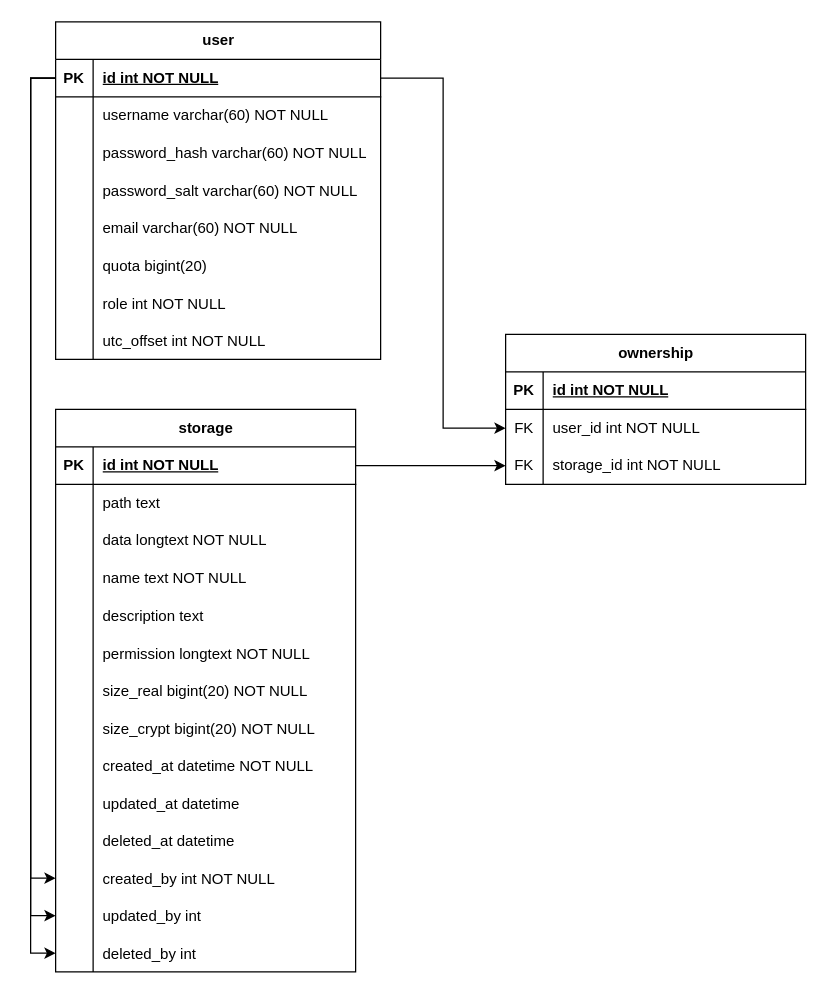
Earlier version of the draw.io diagram Database Schema.drawio (Veteranfighter/daba-file-manager). Source tidied: cells renumbered, new cells numbered last; positions are measured from the earlier drawing's top-left corner, leaving out a move shared by most shapes. Both pictures are drawn from the tidied source at 125%, with x=0, y=0 at pixel (30, 21).
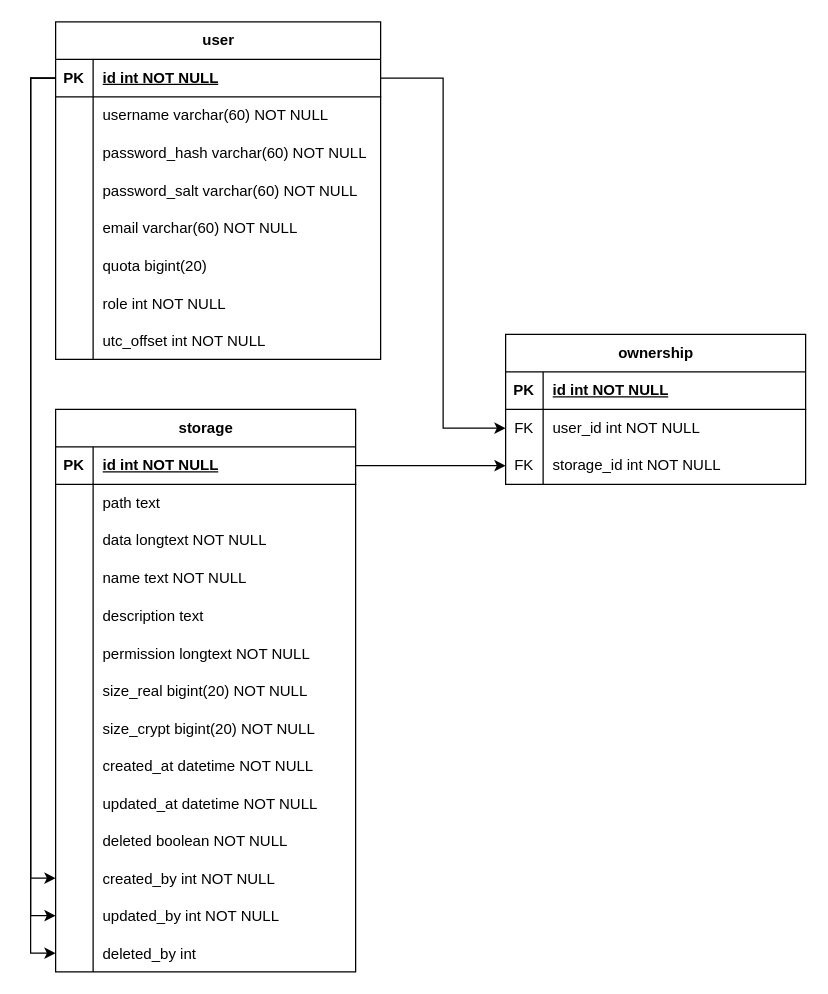
After the change.

The change refers to these unchanged cells:
```xml
<mxCell id="55" style="shape=tableRow;horizontal=0;startSize=0;swimlaneHead=0;swimlaneBody=0;fillColor=none;top=0;left=0;right=0;bottom=0;" parent="27" vertex="1">
  <mxGeometry y="300" width="240" height="30" as="geometry" />
</mxCell>
<mxCell id="58" style="shape=tableRow;horizontal=0;startSize=0;swimlaneHead=0;swimlaneBody=0;fillColor=none;top=0;left=0;right=0;bottom=0;" parent="27" vertex="1">
  <mxGeometry y="330" width="240" height="30" as="geometry" />
</mxCell>
<mxCell id="64" style="shape=tableRow;horizontal=0;startSize=0;swimlaneHead=0;swimlaneBody=0;fillColor=none;points=[[0,0.5],[1,0.5]];portConstraint=eastwest;top=0;left=0;right=0;bottom=0;" parent="27" vertex="1">
  <mxGeometry y="390" width="240" height="30" as="geometry" />
</mxCell>
```

Change to the diagram source:
```diff
@@
-    <mxCell id="57" value="updated_at datetime" style="shape=partialRectangle;fillColor=none;top=0;left=0;bottom=0;right=0;align=left;spacingLeft=6;overflow=hidden;" parent="55" vertex="1">
+    <mxCell id="57" value="updated_at datetime NOT NULL" style="shape=partialRectangle;fillColor=none;top=0;left=0;bottom=0;right=0;align=left;spacingLeft=6;overflow=hidden;" parent="55" vertex="1">
       <mxGeometry x="30" width="210" height="30" as="geometry" />
     </mxCell>
@@
-    <mxCell id="60" value="deleted_at datetime" style="shape=partialRectangle;fillColor=none;top=0;left=0;bottom=0;right=0;align=left;spacingLeft=6;overflow=hidden;" parent="58" vertex="1">
+    <mxCell id="60" value="deleted boolean NOT NULL" style="shape=partialRectangle;fillColor=none;top=0;left=0;bottom=0;right=0;align=left;spacingLeft=6;overflow=hidden;" parent="58" vertex="1">
       <mxGeometry x="30" width="210" height="30" as="geometry" />
     </mxCell>
@@
-    <mxCell id="66" value="updated_by int" style="shape=partialRectangle;fillColor=none;top=0;left=0;bottom=0;right=0;align=left;spacingLeft=6;overflow=hidden;" parent="64" vertex="1">
+    <mxCell id="66" value="updated_by int NOT NULL" style="shape=partialRectangle;fillColor=none;top=0;left=0;bottom=0;right=0;align=left;spacingLeft=6;overflow=hidden;" parent="64" vertex="1">
       <mxGeometry x="30" width="210" height="30" as="geometry" />
     </mxCell>
```
